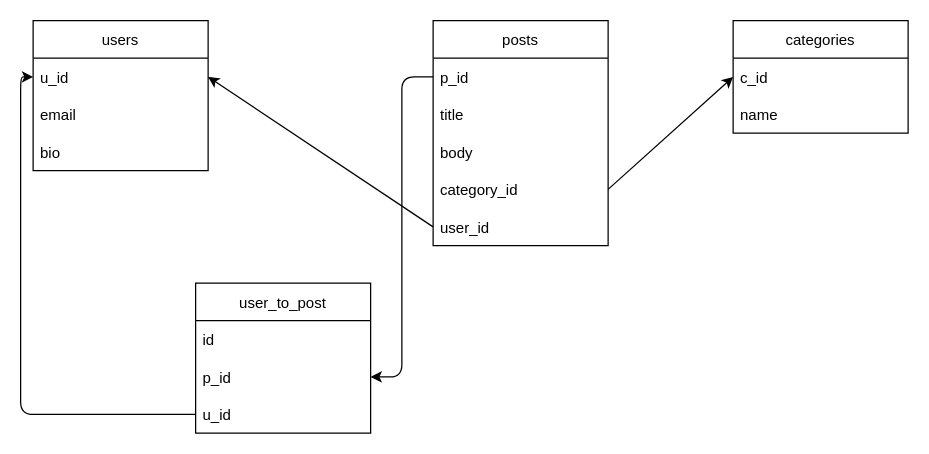
This is draw.drawio from MariusCodeAcademy/type12-node-12-join, a draw.io file, before an edit. Source tidied: cells renumbered, new cells numbered last; positions are measured from the earlier drawing's top-left corner, leaving out a move shared by most shapes. Both pictures are drawn from the tidied source at 125%, with x=0, y=0 at pixel (32, 20).
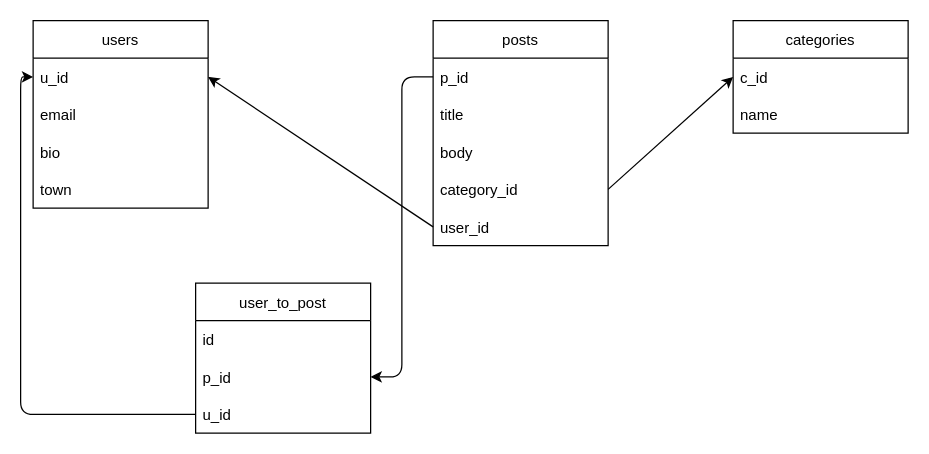
The same page after the edit.

The edit, as a diff of the source:
```diff
@@
     <mxCell id="12" value="users" style="swimlane;fontStyle=0;horizontal=1;startSize=30;" parent="1" vertex="1">
-      <mxGeometry width="140" height="120" as="geometry" />
+      <mxGeometry width="140" height="150" as="geometry" />
     </mxCell>
@@
+    <mxCell id="23" value="town" style="text;strokeColor=none;fillColor=none;align=left;verticalAlign=middle;spacingLeft=4;spacingRight=4;overflow=hidden;" parent="12" vertex="1">
+      <mxGeometry y="120" width="140" height="30" as="geometry" />
+    </mxCell>
```
